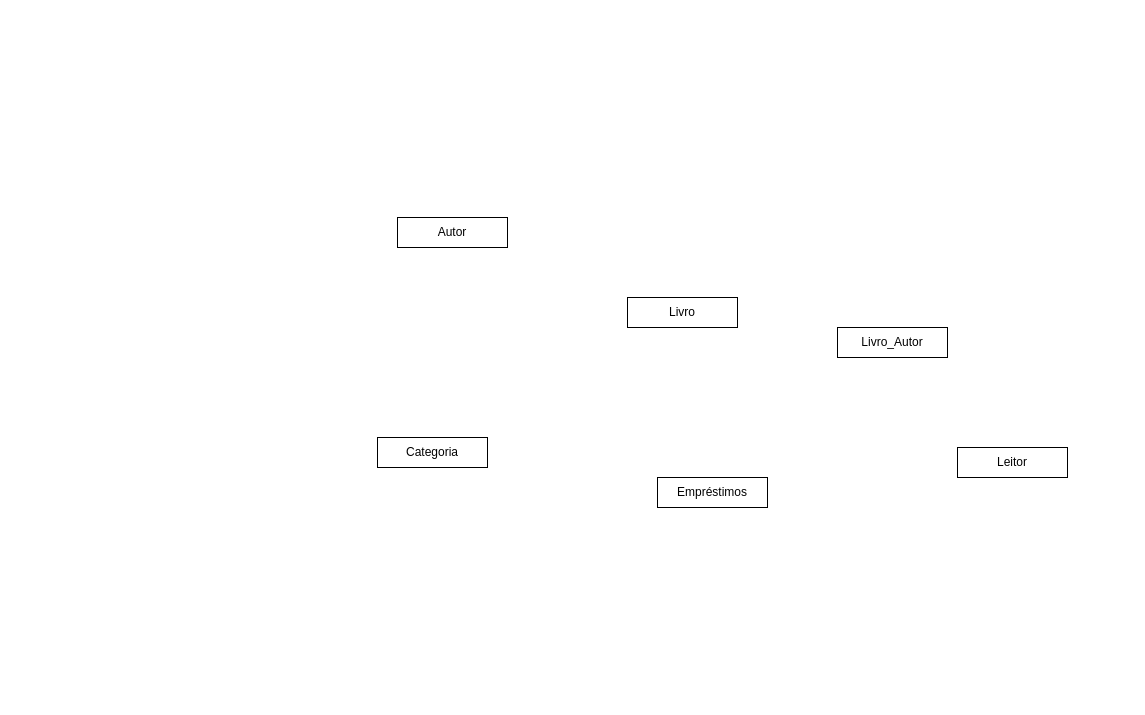
This is BibliotecaMBD.drawio from pauloartavares/FP_Backend, a draw.io file, before an edit. Source tidied: cells renumbered, new cells numbered last; positions are measured from the earlier drawing's top-left corner, leaving out a move shared by most shapes. Both pictures are drawn from the tidied source at 100%, with x=0, y=0 at pixel (377, 217).
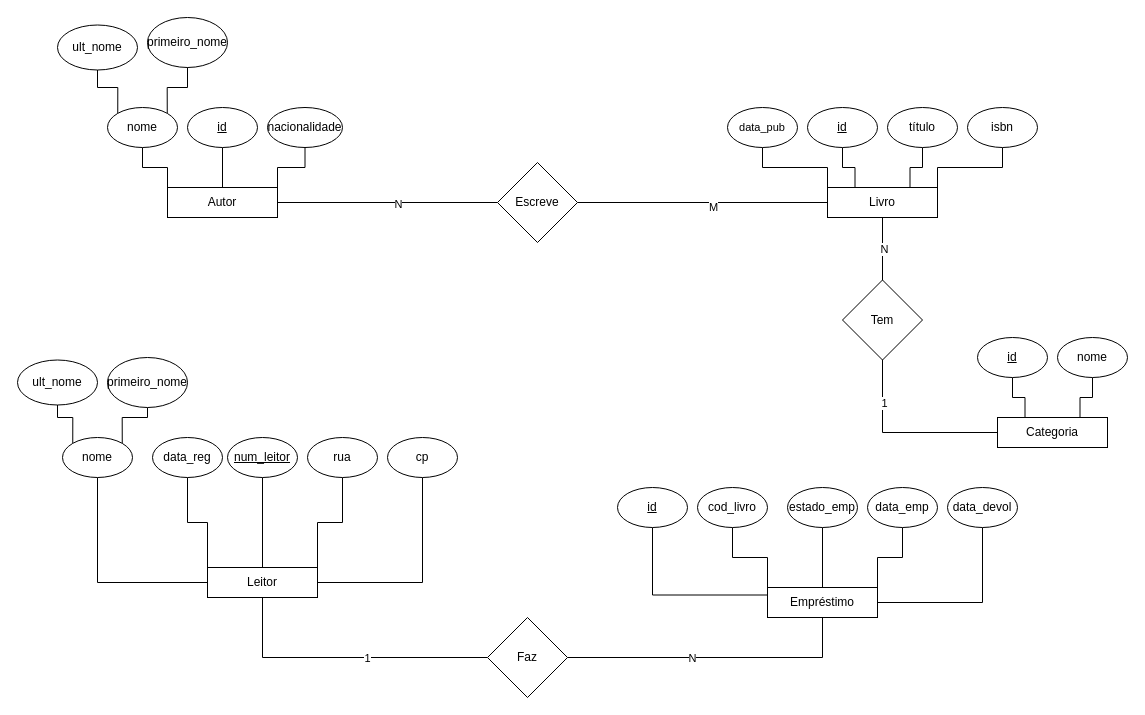
After the change.

Diff of the diagram source:
```diff
@@
+    <mxCell id="8" style="edgeStyle=orthogonalEdgeStyle;shape=connector;rounded=0;jettySize=auto;html=1;exitX=1;exitY=0;exitDx=0;exitDy=0;entryX=0.5;entryY=1;entryDx=0;entryDy=0;strokeColor=default;align=center;verticalAlign=middle;fontFamily=Helvetica;fontSize=11;fontColor=default;labelBackgroundColor=default;endArrow=none;endFill=0;" parent="1" edge="1" source="2" target="53">
+      <mxGeometry relative="1" as="geometry" />
+    </mxCell>
+    <mxCell id="9" style="edgeStyle=orthogonalEdgeStyle;shape=connector;rounded=0;jettySize=auto;html=1;exitX=0.75;exitY=0;exitDx=0;exitDy=0;entryX=0.5;entryY=1;entryDx=0;entryDy=0;strokeColor=default;align=center;verticalAlign=middle;fontFamily=Helvetica;fontSize=11;fontColor=default;labelBackgroundColor=default;endArrow=none;endFill=0;" parent="1" edge="1" source="2" target="52">
+      <mxGeometry relative="1" as="geometry" />
+    </mxCell>
+    <mxCell id="10" style="edgeStyle=orthogonalEdgeStyle;shape=connector;rounded=0;jettySize=auto;html=1;exitX=0.25;exitY=0;exitDx=0;exitDy=0;entryX=0.5;entryY=1;entryDx=0;entryDy=0;strokeColor=default;align=center;verticalAlign=middle;fontFamily=Helvetica;fontSize=11;fontColor=default;labelBackgroundColor=default;endArrow=none;endFill=0;" parent="1" edge="1" source="2" target="51">
+      <mxGeometry relative="1" as="geometry" />
+    </mxCell>
+    <mxCell id="11" style="edgeStyle=orthogonalEdgeStyle;shape=connector;rounded=0;jettySize=auto;html=1;exitX=0;exitY=0;exitDx=0;exitDy=0;entryX=0.5;entryY=1;entryDx=0;entryDy=0;strokeColor=default;align=center;verticalAlign=middle;fontFamily=Helvetica;fontSize=11;fontColor=default;labelBackgroundColor=default;endArrow=none;endFill=0;" parent="1" edge="1" source="2" target="54">
+      <mxGeometry relative="1" as="geometry" />
+    </mxCell>
+    <mxCell id="12" style="edgeStyle=orthogonalEdgeStyle;shape=connector;rounded=0;jettySize=auto;html=1;exitX=0.5;exitY=1;exitDx=0;exitDy=0;strokeColor=default;align=center;verticalAlign=middle;fontFamily=Helvetica;fontSize=11;fontColor=default;labelBackgroundColor=default;endArrow=none;endFill=0;" parent="1" edge="1" source="2" target="50">
+      <mxGeometry relative="1" as="geometry" />
+    </mxCell>
+    <mxCell id="13" value="N" style="edgeLabel;html=1;align=center;verticalAlign=middle;fontFamily=Helvetica;fontSize=11;fontColor=default;labelBackgroundColor=default;" parent="12" vertex="1">
+      <mxGeometry x="-0.01" y="1" relative="1" as="geometry" />
+    </mxCell>
     <mxCell id="2" value="Livro" style="rounded=0;whiteSpace=wrap;html=1;" parent="1" vertex="1">
-      <mxGeometry x="250" y="80" width="110" height="30" as="geometry" />
+      <mxGeometry x="450" y="-30" width="110" height="30" as="geometry" />
     </mxCell>
-    <mxCell id="3" value="Livro_Autor" style="rounded=0;whiteSpace=wrap;html=1;" parent="1" vertex="1">
-      <mxGeometry x="460" y="110" width="110" height="30" as="geometry" />
-    </mxCell>
+    <mxCell id="14" style="edgeStyle=orthogonalEdgeStyle;shape=connector;rounded=0;jettySize=auto;html=1;exitX=0.25;exitY=0;exitDx=0;exitDy=0;entryX=0.5;entryY=1;entryDx=0;entryDy=0;strokeColor=default;align=center;verticalAlign=middle;fontFamily=Helvetica;fontSize=11;fontColor=default;labelBackgroundColor=default;endArrow=none;endFill=0;" parent="1" edge="1" source="4" target="42">
+      <mxGeometry relative="1" as="geometry" />
+    </mxCell>
+    <mxCell id="15" style="edgeStyle=orthogonalEdgeStyle;shape=connector;rounded=0;jettySize=auto;html=1;exitX=0.75;exitY=0;exitDx=0;exitDy=0;strokeColor=default;align=center;verticalAlign=middle;fontFamily=Helvetica;fontSize=11;fontColor=default;labelBackgroundColor=default;endArrow=none;endFill=0;" parent="1" edge="1" source="4" target="44">
+      <mxGeometry relative="1" as="geometry" />
+    </mxCell>
+    <mxCell id="16" style="edgeStyle=orthogonalEdgeStyle;shape=connector;rounded=0;jettySize=auto;html=1;exitX=0;exitY=0.5;exitDx=0;exitDy=0;entryX=0.5;entryY=1;entryDx=0;entryDy=0;strokeColor=default;align=center;verticalAlign=middle;fontFamily=Helvetica;fontSize=11;fontColor=default;labelBackgroundColor=default;endArrow=none;endFill=0;" parent="1" edge="1" source="4" target="50">
+      <mxGeometry relative="1" as="geometry" />
+    </mxCell>
+    <mxCell id="17" value="1" style="edgeLabel;html=1;align=center;verticalAlign=middle;fontFamily=Helvetica;fontSize=11;fontColor=default;labelBackgroundColor=default;" parent="16" vertex="1">
+      <mxGeometry x="0.54" y="-1" relative="1" as="geometry">
+        <mxPoint y="-1" as="offset" />
+      </mxGeometry>
+    </mxCell>
     <mxCell id="4" value="Categoria" style="rounded=0;whiteSpace=wrap;html=1;" parent="1" vertex="1">
-      <mxGeometry y="220" width="110" height="30" as="geometry" />
+      <mxGeometry x="620" y="200" width="110" height="30" as="geometry" />
     </mxCell>
+    <mxCell id="18" style="edgeStyle=orthogonalEdgeStyle;shape=connector;rounded=0;jettySize=auto;html=1;exitX=1;exitY=0;exitDx=0;exitDy=0;entryX=0.5;entryY=1;entryDx=0;entryDy=0;strokeColor=default;align=center;verticalAlign=middle;fontFamily=Helvetica;fontSize=11;fontColor=default;labelBackgroundColor=default;endArrow=none;endFill=0;" parent="1" edge="1" source="5" target="45">
+      <mxGeometry relative="1" as="geometry" />
+    </mxCell>
+    <mxCell id="19" style="edgeStyle=orthogonalEdgeStyle;shape=connector;rounded=0;jettySize=auto;html=1;exitX=0.5;exitY=0;exitDx=0;exitDy=0;entryX=0.5;entryY=1;entryDx=0;entryDy=0;strokeColor=default;align=center;verticalAlign=middle;fontFamily=Helvetica;fontSize=11;fontColor=default;labelBackgroundColor=default;endArrow=none;endFill=0;" parent="1" edge="1" source="5" target="49">
+      <mxGeometry relative="1" as="geometry" />
+    </mxCell>
+    <mxCell id="20" style="edgeStyle=orthogonalEdgeStyle;shape=connector;rounded=0;jettySize=auto;html=1;exitX=0;exitY=0;exitDx=0;exitDy=0;entryX=0.5;entryY=1;entryDx=0;entryDy=0;strokeColor=default;align=center;verticalAlign=middle;fontFamily=Helvetica;fontSize=11;fontColor=default;labelBackgroundColor=default;endArrow=none;endFill=0;" parent="1" edge="1" source="5" target="48">
+      <mxGeometry relative="1" as="geometry" />
+    </mxCell>
+    <mxCell id="21" style="edgeStyle=orthogonalEdgeStyle;shape=connector;rounded=0;jettySize=auto;html=1;exitX=1;exitY=0.5;exitDx=0;exitDy=0;entryX=0;entryY=0.5;entryDx=0;entryDy=0;strokeColor=default;align=center;verticalAlign=middle;fontFamily=Helvetica;fontSize=11;fontColor=default;labelBackgroundColor=default;endArrow=none;endFill=0;" parent="1" edge="1" source="5" target="39">
+      <mxGeometry relative="1" as="geometry" />
+    </mxCell>
+    <mxCell id="22" value="N" style="edgeLabel;html=1;align=center;verticalAlign=middle;fontFamily=Helvetica;fontSize=11;fontColor=default;labelBackgroundColor=default;" parent="21" vertex="1">
+      <mxGeometry x="0.09" y="-1" relative="1" as="geometry" />
+    </mxCell>
     <mxCell id="5" value="Autor" style="rounded=0;whiteSpace=wrap;html=1;" parent="1" vertex="1">
-      <mxGeometry x="20" width="110" height="30" as="geometry" />
+      <mxGeometry x="-210" y="-30" width="110" height="30" as="geometry" />
     </mxCell>
+    <mxCell id="23" style="edgeStyle=orthogonalEdgeStyle;shape=connector;rounded=0;jettySize=auto;html=1;exitX=0;exitY=0.5;exitDx=0;exitDy=0;entryX=0.5;entryY=1;entryDx=0;entryDy=0;strokeColor=default;align=center;verticalAlign=middle;fontFamily=Helvetica;fontSize=11;fontColor=default;labelBackgroundColor=default;endArrow=none;endFill=0;" parent="1" edge="1" source="6" target="61">
+      <mxGeometry relative="1" as="geometry" />
+    </mxCell>
+    <mxCell id="24" style="edgeStyle=orthogonalEdgeStyle;shape=connector;rounded=0;jettySize=auto;html=1;exitX=1;exitY=0.5;exitDx=0;exitDy=0;entryX=0.5;entryY=1;entryDx=0;entryDy=0;strokeColor=default;align=center;verticalAlign=middle;fontFamily=Helvetica;fontSize=11;fontColor=default;labelBackgroundColor=default;endArrow=none;endFill=0;" parent="1" edge="1" source="6" target="65">
+      <mxGeometry relative="1" as="geometry" />
+    </mxCell>
+    <mxCell id="25" style="edgeStyle=orthogonalEdgeStyle;shape=connector;rounded=0;jettySize=auto;html=1;exitX=1;exitY=0;exitDx=0;exitDy=0;entryX=0.5;entryY=1;entryDx=0;entryDy=0;strokeColor=default;align=center;verticalAlign=middle;fontFamily=Helvetica;fontSize=11;fontColor=default;labelBackgroundColor=default;endArrow=none;endFill=0;" parent="1" edge="1" source="6" target="64">
+      <mxGeometry relative="1" as="geometry" />
+    </mxCell>
+    <mxCell id="26" style="edgeStyle=orthogonalEdgeStyle;shape=connector;rounded=0;jettySize=auto;html=1;exitX=0;exitY=0;exitDx=0;exitDy=0;entryX=0.5;entryY=1;entryDx=0;entryDy=0;strokeColor=default;align=center;verticalAlign=middle;fontFamily=Helvetica;fontSize=11;fontColor=default;labelBackgroundColor=default;endArrow=none;endFill=0;" parent="1" edge="1" source="6" target="66">
+      <mxGeometry relative="1" as="geometry" />
+    </mxCell>
+    <mxCell id="27" style="edgeStyle=orthogonalEdgeStyle;shape=connector;rounded=0;jettySize=auto;html=1;exitX=0.5;exitY=0;exitDx=0;exitDy=0;entryX=0.5;entryY=1;entryDx=0;entryDy=0;strokeColor=default;align=center;verticalAlign=middle;fontFamily=Helvetica;fontSize=11;fontColor=default;labelBackgroundColor=default;endArrow=none;endFill=0;" parent="1" edge="1" source="6" target="67">
+      <mxGeometry relative="1" as="geometry" />
+    </mxCell>
+    <mxCell id="28" style="edgeStyle=orthogonalEdgeStyle;shape=connector;rounded=0;jettySize=auto;html=1;exitX=0.5;exitY=1;exitDx=0;exitDy=0;entryX=0;entryY=0.5;entryDx=0;entryDy=0;strokeColor=default;align=center;verticalAlign=middle;fontFamily=Helvetica;fontSize=11;fontColor=default;labelBackgroundColor=default;endArrow=none;endFill=0;" parent="1" edge="1" source="6" target="40">
+      <mxGeometry relative="1" as="geometry" />
+    </mxCell>
+    <mxCell id="29" value="1" style="edgeLabel;html=1;align=center;verticalAlign=middle;fontFamily=Helvetica;fontSize=11;fontColor=default;labelBackgroundColor=default;" parent="28" vertex="1">
+      <mxGeometry x="0.16" relative="1" as="geometry">
+        <mxPoint x="-1" as="offset" />
+      </mxGeometry>
+    </mxCell>
     <mxCell id="6" value="Leitor" style="rounded=0;whiteSpace=wrap;html=1;" parent="1" vertex="1">
-      <mxGeometry x="580" y="230" width="110" height="30" as="geometry" />
+      <mxGeometry x="-170" y="350" width="110" height="30" as="geometry" />
     </mxCell>
+    <mxCell id="30" style="edgeStyle=orthogonalEdgeStyle;shape=connector;rounded=0;jettySize=auto;html=1;exitX=0;exitY=0.25;exitDx=0;exitDy=0;entryX=0.5;entryY=1;entryDx=0;entryDy=0;strokeColor=default;align=center;verticalAlign=middle;fontFamily=Helvetica;fontSize=11;fontColor=default;labelBackgroundColor=default;endArrow=none;endFill=0;" parent="1" edge="1" source="7" target="55">
+      <mxGeometry relative="1" as="geometry" />
+    </mxCell>
+    <mxCell id="31" style="edgeStyle=orthogonalEdgeStyle;shape=connector;rounded=0;jettySize=auto;html=1;exitX=1;exitY=0.5;exitDx=0;exitDy=0;entryX=0.5;entryY=1;entryDx=0;entryDy=0;strokeColor=default;align=center;verticalAlign=middle;fontFamily=Helvetica;fontSize=11;fontColor=default;labelBackgroundColor=default;endArrow=none;endFill=0;" parent="1" edge="1" source="7" target="58">
+      <mxGeometry relative="1" as="geometry" />
+    </mxCell>
+    <mxCell id="32" style="edgeStyle=orthogonalEdgeStyle;shape=connector;rounded=0;jettySize=auto;html=1;exitX=1;exitY=0;exitDx=0;exitDy=0;entryX=0.5;entryY=1;entryDx=0;entryDy=0;strokeColor=default;align=center;verticalAlign=middle;fontFamily=Helvetica;fontSize=11;fontColor=default;labelBackgroundColor=default;endArrow=none;endFill=0;" parent="1" edge="1" source="7" target="57">
+      <mxGeometry relative="1" as="geometry" />
+    </mxCell>
+    <mxCell id="33" style="edgeStyle=orthogonalEdgeStyle;shape=connector;rounded=0;jettySize=auto;html=1;exitX=0;exitY=0;exitDx=0;exitDy=0;entryX=0.5;entryY=1;entryDx=0;entryDy=0;strokeColor=default;align=center;verticalAlign=middle;fontFamily=Helvetica;fontSize=11;fontColor=default;labelBackgroundColor=default;endArrow=none;endFill=0;" parent="1" edge="1" source="7" target="56">
+      <mxGeometry relative="1" as="geometry" />
+    </mxCell>
+    <mxCell id="34" style="edgeStyle=orthogonalEdgeStyle;shape=connector;rounded=0;jettySize=auto;html=1;exitX=0.5;exitY=0;exitDx=0;exitDy=0;entryX=0.5;entryY=1;entryDx=0;entryDy=0;strokeColor=default;align=center;verticalAlign=middle;fontFamily=Helvetica;fontSize=11;fontColor=default;labelBackgroundColor=default;endArrow=none;endFill=0;" parent="1" edge="1" source="7" target="68">
+      <mxGeometry relative="1" as="geometry" />
+    </mxCell>
+    <mxCell id="35" style="edgeStyle=orthogonalEdgeStyle;shape=connector;rounded=0;jettySize=auto;html=1;exitX=0.5;exitY=1;exitDx=0;exitDy=0;entryX=1;entryY=0.5;entryDx=0;entryDy=0;strokeColor=default;align=center;verticalAlign=middle;fontFamily=Helvetica;fontSize=11;fontColor=default;labelBackgroundColor=default;endArrow=none;endFill=0;" parent="1" edge="1" source="7" target="40">
+      <mxGeometry relative="1" as="geometry" />
+    </mxCell>
+    <mxCell id="36" value="N" style="edgeLabel;html=1;align=center;verticalAlign=middle;fontFamily=Helvetica;fontSize=11;fontColor=default;labelBackgroundColor=default;" parent="35" vertex="1">
+      <mxGeometry x="0.15" relative="1" as="geometry">
+        <mxPoint x="-1" as="offset" />
+      </mxGeometry>
+    </mxCell>
-    <mxCell id="7" value="Empréstimos" style="rounded=0;whiteSpace=wrap;html=1;" parent="1" vertex="1">
-      <mxGeometry x="280" y="260" width="110" height="30" as="geometry" />
+    <mxCell id="7" value="Empréstimo" style="rounded=0;whiteSpace=wrap;html=1;" parent="1" vertex="1">
+      <mxGeometry x="390" y="370" width="110" height="30" as="geometry" />
     </mxCell>
+    <mxCell id="37" style="edgeStyle=orthogonalEdgeStyle;shape=connector;rounded=0;jettySize=auto;html=1;exitX=1;exitY=0.5;exitDx=0;exitDy=0;entryX=0;entryY=0.5;entryDx=0;entryDy=0;strokeColor=default;align=center;verticalAlign=middle;fontFamily=Helvetica;fontSize=11;fontColor=default;labelBackgroundColor=default;endArrow=none;endFill=0;" parent="1" edge="1" source="39" target="2">
+      <mxGeometry relative="1" as="geometry" />
+    </mxCell>
+    <mxCell id="38" value="M" style="edgeLabel;html=1;align=center;verticalAlign=middle;fontFamily=Helvetica;fontSize=11;fontColor=default;labelBackgroundColor=default;" parent="37" vertex="1">
+      <mxGeometry x="0.08" y="-4" relative="1" as="geometry" />
+    </mxCell>
+    <mxCell id="39" value="Escreve" style="rhombus;whiteSpace=wrap;html=1;" parent="1" vertex="1">
+      <mxGeometry x="120" y="-55" width="80" height="80" as="geometry" />
+    </mxCell>
+    <mxCell id="40" value="Faz" style="rhombus;whiteSpace=wrap;html=1;" parent="1" vertex="1">
+      <mxGeometry x="110" y="400" width="80" height="80" as="geometry" />
+    </mxCell>
+    <mxCell id="41" value="ult_nome" style="ellipse;whiteSpace=wrap;html=1;" parent="1" vertex="1">
+      <mxGeometry x="-320" y="-192.5" width="80" height="45" as="geometry" />
+    </mxCell>
+    <mxCell id="42" value="&lt;u&gt;id&lt;/u&gt;" style="ellipse;whiteSpace=wrap;html=1;" parent="1" vertex="1">
+      <mxGeometry x="600" y="120" width="70" height="40" as="geometry" />
+    </mxCell>
+    <mxCell id="43" value="primeiro_nome" style="ellipse;whiteSpace=wrap;html=1;" parent="1" vertex="1">
+      <mxGeometry x="-230" y="-200" width="80" height="50" as="geometry" />
+    </mxCell>
+    <mxCell id="44" value="nome" style="ellipse;whiteSpace=wrap;html=1;" parent="1" vertex="1">
+      <mxGeometry x="680" y="120" width="70" height="40" as="geometry" />
+    </mxCell>
+    <mxCell id="45" value="nacionalidade" style="ellipse;whiteSpace=wrap;html=1;" parent="1" vertex="1">
+      <mxGeometry x="-110" y="-110" width="75" height="40" as="geometry" />
+    </mxCell>
+    <mxCell id="46" style="edgeStyle=orthogonalEdgeStyle;shape=connector;rounded=0;jettySize=auto;html=1;exitX=0;exitY=0;exitDx=0;exitDy=0;entryX=0.5;entryY=1;entryDx=0;entryDy=0;strokeColor=default;align=center;verticalAlign=middle;fontFamily=Helvetica;fontSize=11;fontColor=default;labelBackgroundColor=default;endArrow=none;endFill=0;" parent="1" edge="1" source="48" target="41">
+      <mxGeometry relative="1" as="geometry" />
+    </mxCell>
+    <mxCell id="47" style="edgeStyle=orthogonalEdgeStyle;shape=connector;rounded=0;jettySize=auto;html=1;exitX=1;exitY=0;exitDx=0;exitDy=0;entryX=0.5;entryY=1;entryDx=0;entryDy=0;strokeColor=default;align=center;verticalAlign=middle;fontFamily=Helvetica;fontSize=11;fontColor=default;labelBackgroundColor=default;endArrow=none;endFill=0;" parent="1" edge="1" source="48" target="43">
+      <mxGeometry relative="1" as="geometry" />
+    </mxCell>
+    <mxCell id="48" value="nome" style="ellipse;whiteSpace=wrap;html=1;" parent="1" vertex="1">
+      <mxGeometry x="-270" y="-110" width="70" height="40" as="geometry" />
+    </mxCell>
+    <mxCell id="49" value="&lt;u&gt;id&lt;/u&gt;" style="ellipse;whiteSpace=wrap;html=1;" parent="1" vertex="1">
+      <mxGeometry x="-190" y="-110" width="70" height="40" as="geometry" />
+    </mxCell>
+    <mxCell id="50" value="Tem" style="rhombus;whiteSpace=wrap;html=1;" parent="1" vertex="1">
+      <mxGeometry x="465" y="62.5" width="80" height="80" as="geometry" />
+    </mxCell>
+    <mxCell id="51" value="&lt;u&gt;id&lt;/u&gt;" style="ellipse;whiteSpace=wrap;html=1;" parent="1" vertex="1">
+      <mxGeometry x="430" y="-110" width="70" height="40" as="geometry" />
+    </mxCell>
+    <mxCell id="52" value="título" style="ellipse;whiteSpace=wrap;html=1;" parent="1" vertex="1">
+      <mxGeometry x="510" y="-110" width="70" height="40" as="geometry" />
+    </mxCell>
+    <mxCell id="53" value="isbn" style="ellipse;whiteSpace=wrap;html=1;" parent="1" vertex="1">
+      <mxGeometry x="590" y="-110" width="70" height="40" as="geometry" />
+    </mxCell>
+    <mxCell id="54" value="data_pub" style="ellipse;whiteSpace=wrap;html=1;fontFamily=Helvetica;fontSize=11;fontColor=default;labelBackgroundColor=default;" parent="1" vertex="1">
+      <mxGeometry x="350" y="-110" width="70" height="40" as="geometry" />
+    </mxCell>
+    <mxCell id="55" value="&lt;u&gt;id&lt;/u&gt;" style="ellipse;whiteSpace=wrap;html=1;" parent="1" vertex="1">
+      <mxGeometry x="240" y="270" width="70" height="40" as="geometry" />
+    </mxCell>
+    <mxCell id="56" value="cod_livro" style="ellipse;whiteSpace=wrap;html=1;" parent="1" vertex="1">
+      <mxGeometry x="320" y="270" width="70" height="40" as="geometry" />
+    </mxCell>
+    <mxCell id="57" value="data_emp" style="ellipse;whiteSpace=wrap;html=1;" parent="1" vertex="1">
+      <mxGeometry x="490" y="270" width="70" height="40" as="geometry" />
+    </mxCell>
+    <mxCell id="58" value="data_devol" style="ellipse;whiteSpace=wrap;html=1;" parent="1" vertex="1">
+      <mxGeometry x="570" y="270" width="70" height="40" as="geometry" />
+    </mxCell>
+    <mxCell id="59" style="edgeStyle=orthogonalEdgeStyle;shape=connector;rounded=0;jettySize=auto;html=1;exitX=0;exitY=0;exitDx=0;exitDy=0;entryX=0.5;entryY=1;entryDx=0;entryDy=0;strokeColor=default;align=center;verticalAlign=middle;fontFamily=Helvetica;fontSize=11;fontColor=default;labelBackgroundColor=default;endArrow=none;endFill=0;" parent="1" edge="1" source="61" target="63">
+      <mxGeometry relative="1" as="geometry" />
+    </mxCell>
+    <mxCell id="60" style="edgeStyle=orthogonalEdgeStyle;shape=connector;rounded=0;jettySize=auto;html=1;exitX=1;exitY=0;exitDx=0;exitDy=0;entryX=0.5;entryY=1;entryDx=0;entryDy=0;strokeColor=default;align=center;verticalAlign=middle;fontFamily=Helvetica;fontSize=11;fontColor=default;labelBackgroundColor=default;endArrow=none;endFill=0;" parent="1" edge="1" source="61" target="62">
+      <mxGeometry relative="1" as="geometry" />
+    </mxCell>
+    <mxCell id="61" value="nome" style="ellipse;whiteSpace=wrap;html=1;" parent="1" vertex="1">
+      <mxGeometry x="-315" y="220" width="70" height="40" as="geometry" />
+    </mxCell>
+    <mxCell id="62" value="primeiro_nome" style="ellipse;whiteSpace=wrap;html=1;" parent="1" vertex="1">
+      <mxGeometry x="-270" y="140" width="80" height="50" as="geometry" />
+    </mxCell>
+    <mxCell id="63" value="ult_nome" style="ellipse;whiteSpace=wrap;html=1;" parent="1" vertex="1">
+      <mxGeometry x="-360" y="142.5" width="80" height="45" as="geometry" />
+    </mxCell>
+    <mxCell id="64" value="rua" style="ellipse;whiteSpace=wrap;html=1;" parent="1" vertex="1">
+      <mxGeometry x="-70" y="220" width="70" height="40" as="geometry" />
+    </mxCell>
+    <mxCell id="65" value="cp" style="ellipse;whiteSpace=wrap;html=1;" parent="1" vertex="1">
+      <mxGeometry x="10" y="220" width="70" height="40" as="geometry" />
+    </mxCell>
+    <mxCell id="66" value="data_reg" style="ellipse;whiteSpace=wrap;html=1;" parent="1" vertex="1">
+      <mxGeometry x="-225" y="220" width="70" height="40" as="geometry" />
+    </mxCell>
+    <mxCell id="67" value="&lt;u&gt;num_leitor&lt;/u&gt;" style="ellipse;whiteSpace=wrap;html=1;" parent="1" vertex="1">
+      <mxGeometry x="-150" y="220" width="70" height="40" as="geometry" />
+    </mxCell>
+    <mxCell id="68" value="estado_emp" style="ellipse;whiteSpace=wrap;html=1;" parent="1" vertex="1">
+      <mxGeometry x="410" y="270" width="70" height="40" as="geometry" />
+    </mxCell>
```
